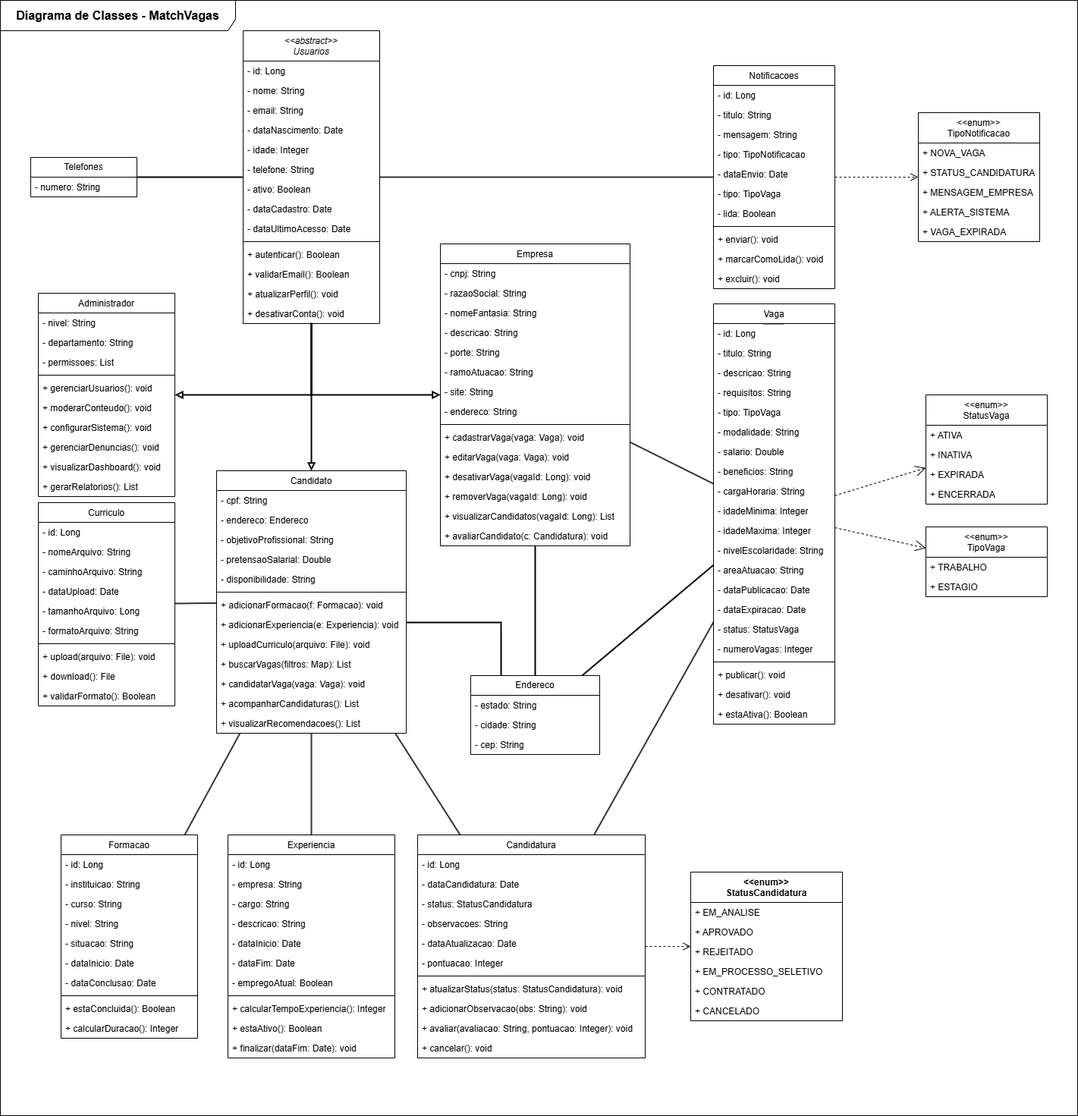
Earlier version of the draw.io export Diagramas/Diagrama de Classes/Diagrama de Classes.png (MatchVagas/Documentation). Source tidied: cells renumbered, new cells last; positions are measured from the earlier drawing's top-left corner, leaving out a move shared by most shapes.
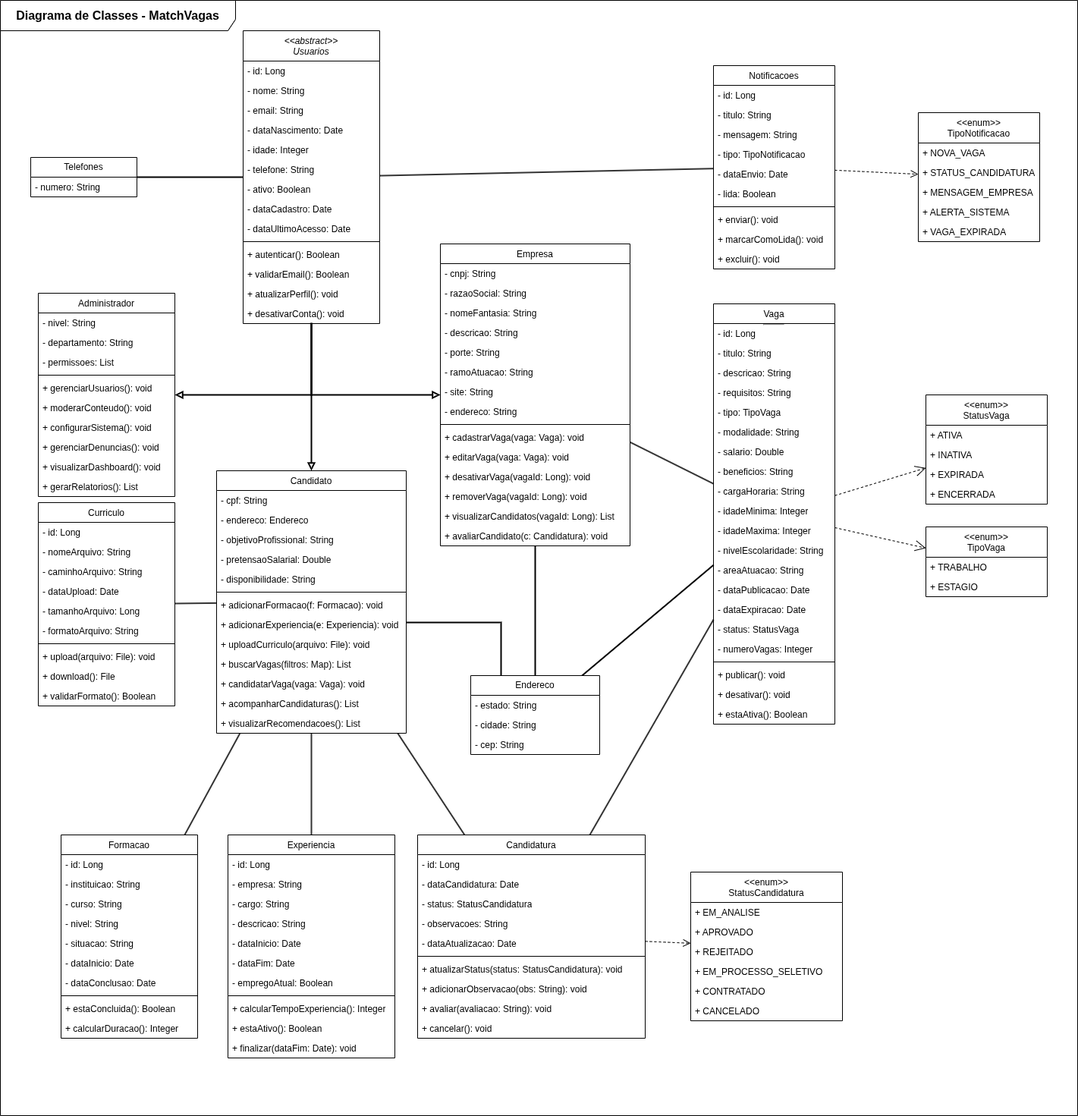
Later version of the same file.

Commit message:
Atualização dos diagramas de classes e do Modelo ER

Change to the diagram source:
```diff
@@ -32,7 +32,7 @@
     <mxCell id="11" style="edgeStyle=none;html=1;strokeColor=#000000;strokeWidth=1;endArrow=open;endFill=0;endSize=8;dashed=1;labelBackgroundColor=#ffffff;labelBorderColor=#999999;" parent="1" edge="1" source="153" target="165">
       <mxGeometry relative="1" as="geometry" />
     </mxCell>
-    <mxCell id="12" value="&lt;span style=&quot;text-align: left;&quot;&gt;Vaga&lt;/span&gt;&lt;hr style=&quot;text-align: left;&quot;&gt;&lt;br&gt;&lt;span style=&quot;text-align: left;&quot;&gt;&lt;/span&gt;" style="swimlane;fontStyle=0;align=center;verticalAlign=top;horizontal=1;startSize=26;whiteSpace=wrap;html=1;" parent="1" vertex="1">
+    <mxCell id="12" value="&lt;span style=&quot;text-align: left;&quot;&gt;&lt;font style=&quot;color: rgb(0, 0, 0);&quot;&gt;Vaga&lt;/font&gt;&lt;/span&gt;&lt;hr style=&quot;text-align: left;&quot;&gt;&lt;br&gt;&lt;span style=&quot;text-align: left;&quot;&gt;&lt;/span&gt;" style="swimlane;fontStyle=0;align=center;verticalAlign=top;horizontal=1;startSize=26;whiteSpace=wrap;html=1;" parent="1" vertex="1">
       <mxGeometry x="940" y="400" width="160" height="554" as="geometry" />
     </mxCell>
     <mxCell id="13" value="- id: Long" style="text;strokeColor=none;fillColor=none;align=left;verticalAlign=top;spacingLeft=4;spacingRight=4;overflow=hidden;whiteSpace=wrap;html=1;" parent="12" vertex="1">
@@ -98,7 +98,7 @@
     <mxCell id="33" value="+ estaAtiva(): Boolean" style="text;strokeColor=none;fillColor=none;align=left;verticalAlign=top;spacingLeft=4;spacingRight=4;overflow=hidden;whiteSpace=wrap;html=1;" parent="12" vertex="1">
       <mxGeometry y="528" width="160" height="26" as="geometry" />
     </mxCell>
-    <mxCell id="34" value="&lt;span style=&quot;font-weight: normal;&quot;&gt;&amp;lt;&amp;lt;enum&amp;gt;&amp;gt;&lt;/span&gt;&lt;div&gt;&lt;span style=&quot;font-weight: normal;&quot;&gt;StatusVaga&lt;/span&gt;&lt;/div&gt;" style="swimlane;fontStyle=1;align=center;verticalAlign=top;horizontal=1;startSize=40;whiteSpace=wrap;html=1;" parent="1" vertex="1">
+    <mxCell id="34" value="&lt;span style=&quot;font-weight: normal;&quot;&gt;&lt;font style=&quot;color: rgb(0, 0, 0);&quot;&gt;&amp;lt;&amp;lt;enum&amp;gt;&amp;gt;&lt;/font&gt;&lt;/span&gt;&lt;div&gt;&lt;span style=&quot;font-weight: normal;&quot;&gt;&lt;font style=&quot;color: rgb(0, 0, 0);&quot;&gt;StatusVaga&lt;/font&gt;&lt;/span&gt;&lt;/div&gt;" style="swimlane;fontStyle=1;align=center;verticalAlign=top;horizontal=1;startSize=40;whiteSpace=wrap;html=1;" parent="1" vertex="1">
       <mxGeometry x="1220" y="520" width="160" height="144" as="geometry" />
     </mxCell>
     <mxCell id="35" value="+ ATIVA" style="text;strokeColor=none;fillColor=none;align=left;verticalAlign=top;spacingLeft=4;spacingRight=4;overflow=hidden;whiteSpace=wrap;html=1;" parent="34" vertex="1">
@@ -116,7 +116,7 @@
     <mxCell id="39" style="endArrow=open;endSize=12;dashed=1;html=1;rounded=0;" parent="1" edge="1" source="12" target="34">
       <mxGeometry relative="1" as="geometry" />
     </mxCell>
-    <mxCell id="40" value="&amp;lt;&amp;lt;enum&amp;gt;&amp;gt;&lt;div&gt;TipoVaga&lt;/div&gt;" style="swimlane;fontStyle=0;align=center;verticalAlign=top;horizontal=1;startSize=40;whiteSpace=wrap;html=1;" parent="1" vertex="1">
+    <mxCell id="40" value="&lt;font style=&quot;color: rgb(0, 0, 0);&quot;&gt;&amp;lt;&amp;lt;enum&amp;gt;&amp;gt;&lt;/font&gt;&lt;div&gt;&lt;font style=&quot;color: rgb(0, 0, 0);&quot;&gt;TipoVaga&lt;/font&gt;&lt;/div&gt;" style="swimlane;fontStyle=0;align=center;verticalAlign=top;horizontal=1;startSize=40;whiteSpace=wrap;html=1;" parent="1" vertex="1">
       <mxGeometry x="1220" y="694" width="160" height="92" as="geometry" />
     </mxCell>
     <mxCell id="41" value="+ TRABALHO" style="text;strokeColor=none;fillColor=none;align=left;verticalAlign=top;spacingLeft=4;spacingRight=4;overflow=hidden;whiteSpace=wrap;html=1;" parent="40" vertex="1">
@@ -128,8 +128,8 @@
     <mxCell id="43" style="endArrow=open;endSize=12;dashed=1;html=1;rounded=0;" parent="1" edge="1" source="12" target="40">
       <mxGeometry relative="1" as="geometry" />
     </mxCell>
-    <mxCell id="44" value="&lt;span style=&quot;text-align: left;&quot;&gt;Candidatura&lt;/span&gt;&lt;br&gt;&lt;span style=&quot;text-align: left;&quot;&gt;&lt;/span&gt;" style="swimlane;fontStyle=0;align=center;verticalAlign=top;horizontal=1;startSize=26;whiteSpace=wrap;html=1;" parent="1" vertex="1">
-      <mxGeometry x="550" y="1100" width="300" height="294" as="geometry" />
+    <mxCell id="44" value="&lt;span style=&quot;text-align: left;&quot;&gt;&lt;font style=&quot;color: rgb(0, 0, 0);&quot;&gt;Candidatura&lt;/font&gt;&lt;/span&gt;&lt;br&gt;&lt;span style=&quot;text-align: left;&quot;&gt;&lt;/span&gt;" style="swimlane;fontStyle=0;align=center;verticalAlign=top;horizontal=1;startSize=26;whiteSpace=wrap;html=1;" parent="1" vertex="1">
+      <mxGeometry x="550" y="1100" width="300" height="268" as="geometry" />
     </mxCell>
     <mxCell id="45" value="- id: Long" style="text;strokeColor=none;fillColor=none;align=left;verticalAlign=top;spacingLeft=4;spacingRight=4;overflow=hidden;whiteSpace=wrap;html=1;" parent="44" vertex="1">
       <mxGeometry y="26" width="300" height="26" as="geometry" />
@@ -146,25 +146,22 @@
     <mxCell id="49" value="- dataAtualizacao: Date" style="text;strokeColor=none;fillColor=none;align=left;verticalAlign=top;spacingLeft=4;spacingRight=4;overflow=hidden;whiteSpace=wrap;html=1;" parent="44" vertex="1">
       <mxGeometry y="130" width="300" height="26" as="geometry" />
     </mxCell>
-    <mxCell id="50" value="- pontuacao: Integer" style="text;strokeColor=none;fillColor=none;align=left;verticalAlign=top;spacingLeft=4;spacingRight=4;overflow=hidden;whiteSpace=wrap;html=1;" parent="44" vertex="1">
-      <mxGeometry y="156" width="300" height="26" as="geometry" />
-    </mxCell>
     <mxCell id="51" style="line;strokeWidth=1;fillColor=none;align=left;verticalAlign=middle;spacingTop=-1;spacingLeft=3;spacingRight=3;labelPosition=right;strokeColor=inherit;" parent="44" vertex="1">
-      <mxGeometry y="182" width="300" height="8" as="geometry" />
+      <mxGeometry y="156" width="300" height="8" as="geometry" />
     </mxCell>
     <mxCell id="52" value="+ atualizarStatus(status: StatusCandidatura): void" style="text;strokeColor=none;fillColor=none;align=left;verticalAlign=top;spacingLeft=4;spacingRight=4;overflow=hidden;whiteSpace=wrap;html=1;" parent="44" vertex="1">
-      <mxGeometry y="190" width="300" height="26" as="geometry" />
+      <mxGeometry y="164" width="300" height="26" as="geometry" />
     </mxCell>
     <mxCell id="53" value="+ adicionarObservacao(obs: String): void" style="text;strokeColor=none;fillColor=none;align=left;verticalAlign=top;spacingLeft=4;spacingRight=4;overflow=hidden;whiteSpace=wrap;html=1;" parent="44" vertex="1">
-      <mxGeometry y="216" width="300" height="26" as="geometry" />
+      <mxGeometry y="190" width="300" height="26" as="geometry" />
     </mxCell>
-    <mxCell id="54" value="+ avaliar(avaliacao: String, pontuacao: Integer): void" style="text;strokeColor=none;fillColor=none;align=left;verticalAlign=top;spacingLeft=4;spacingRight=4;overflow=hidden;whiteSpace=wrap;html=1;" parent="44" vertex="1">
-      <mxGeometry y="242" width="300" height="26" as="geometry" />
+    <mxCell id="54" value="+ avaliar(avaliacao: String): void" style="text;strokeColor=none;fillColor=none;align=left;verticalAlign=top;spacingLeft=4;spacingRight=4;overflow=hidden;whiteSpace=wrap;html=1;" parent="44" vertex="1">
+      <mxGeometry y="216" width="300" height="26" as="geometry" />
     </mxCell>
     <mxCell id="55" value="+ cancelar(): void" style="text;strokeColor=none;fillColor=none;align=left;verticalAlign=top;spacingLeft=4;spacingRight=4;overflow=hidden;whiteSpace=wrap;html=1;" parent="44" vertex="1">
-      <mxGeometry y="268" width="300" height="26" as="geometry" />
+      <mxGeometry y="242" width="300" height="26" as="geometry" />
     </mxCell>
-    <mxCell id="56" value="&amp;lt;&amp;lt;enum&amp;gt;&amp;gt;&lt;div&gt;&lt;font style=&quot;font-weight: 400; text-align: left;&quot;&gt;&lt;/font&gt;&lt;/div&gt;&lt;div&gt;StatusCandidatura&lt;/div&gt;" style="swimlane;fontStyle=1;align=center;verticalAlign=top;horizontal=1;startSize=40;whiteSpace=wrap;html=1;" parent="1" vertex="1">
+    <mxCell id="56" value="&lt;span style=&quot;font-weight: normal;&quot;&gt;&lt;font style=&quot;color: rgb(0, 0, 0);&quot;&gt;&amp;lt;&amp;lt;enum&amp;gt;&amp;gt;&lt;/font&gt;&lt;/span&gt;&lt;div&gt;&lt;span style=&quot;font-weight: normal;&quot;&gt;&lt;font style=&quot;text-align: left; color: rgb(0, 0, 0);&quot;&gt;&lt;/font&gt;&lt;/span&gt;&lt;/div&gt;&lt;div&gt;&lt;span style=&quot;font-weight: normal;&quot;&gt;&lt;font style=&quot;color: rgb(0, 0, 0);&quot;&gt;StatusCandidatura&lt;/font&gt;&lt;/span&gt;&lt;/div&gt;" style="swimlane;fontStyle=1;align=center;verticalAlign=top;horizontal=1;startSize=40;whiteSpace=wrap;html=1;" parent="1" vertex="1">
       <mxGeometry x="910" y="1149" width="200" height="196" as="geometry" />
     </mxCell>
     <mxCell id="57" value="+ EM_ANALISE" style="text;strokeColor=none;fillColor=none;align=left;verticalAlign=top;spacingLeft=4;spacingRight=4;overflow=hidden;whiteSpace=wrap;html=1;" parent="56" vertex="1">
@@ -185,7 +182,7 @@
     <mxCell id="62" value="+ CANCELADO" style="text;strokeColor=none;fillColor=none;align=left;verticalAlign=top;spacingLeft=4;spacingRight=4;overflow=hidden;whiteSpace=wrap;html=1;" parent="56" vertex="1">
       <mxGeometry y="170" width="200" height="26" as="geometry" />
     </mxCell>
-    <mxCell id="63" value="&lt;span style=&quot;text-align: left;&quot;&gt;Experiencia&lt;/span&gt;&lt;br&gt;&lt;span style=&quot;text-align: left;&quot;&gt;&lt;/span&gt;&lt;span style=&quot;text-align: left;&quot;&gt;&lt;/span&gt;" style="swimlane;fontStyle=0;align=center;verticalAlign=top;horizontal=1;startSize=26;whiteSpace=wrap;html=1;" parent="1" vertex="1">
+    <mxCell id="63" value="&lt;span style=&quot;text-align: left;&quot;&gt;&lt;font style=&quot;color: rgb(0, 0, 0);&quot;&gt;Experiencia&lt;/font&gt;&lt;/span&gt;&lt;br&gt;&lt;span style=&quot;text-align: left;&quot;&gt;&lt;/span&gt;&lt;span style=&quot;text-align: left;&quot;&gt;&lt;/span&gt;" style="swimlane;fontStyle=0;align=center;verticalAlign=top;horizontal=1;startSize=26;whiteSpace=wrap;html=1;" parent="1" vertex="1">
       <mxGeometry x="300" y="1100" width="220" height="294" as="geometry" />
     </mxCell>
     <mxCell id="64" value="- id: Long" style="text;strokeColor=none;fillColor=none;align=left;verticalAlign=top;spacingLeft=4;spacingRight=4;overflow=hidden;whiteSpace=wrap;html=1;" parent="63" vertex="1">
@@ -221,7 +218,7 @@
     <mxCell id="74" value="+ finalizar(dataFim: Date): void" style="text;strokeColor=none;fillColor=none;align=left;verticalAlign=top;spacingLeft=4;spacingRight=4;overflow=hidden;whiteSpace=wrap;html=1;" parent="63" vertex="1">
       <mxGeometry y="268" width="220" height="26" as="geometry" />
     </mxCell>
-    <mxCell id="75" value="&lt;span style=&quot;text-align: left;&quot;&gt;Formacao&lt;/span&gt;&lt;br&gt;&lt;span style=&quot;text-align: left;&quot;&gt;&lt;/span&gt;&lt;span style=&quot;text-align: left;&quot;&gt;&lt;/span&gt;&lt;span style=&quot;text-align: left;&quot;&gt;&lt;/span&gt;" style="swimlane;fontStyle=0;align=center;verticalAlign=top;horizontal=1;startSize=26;whiteSpace=wrap;html=1;" parent="1" vertex="1">
+    <mxCell id="75" value="&lt;span style=&quot;text-align: left;&quot;&gt;&lt;font style=&quot;color: rgb(0, 0, 0);&quot;&gt;Formacao&lt;/font&gt;&lt;/span&gt;&lt;br&gt;&lt;span style=&quot;text-align: left;&quot;&gt;&lt;/span&gt;&lt;span style=&quot;text-align: left;&quot;&gt;&lt;/span&gt;&lt;span style=&quot;text-align: left;&quot;&gt;&lt;/span&gt;" style="swimlane;fontStyle=0;align=center;verticalAlign=top;horizontal=1;startSize=26;whiteSpace=wrap;html=1;" parent="1" vertex="1">
       <mxGeometry x="80" y="1100" width="180" height="268" as="geometry" />
     </mxCell>
     <mxCell id="76" value="- id: Long" style="text;strokeColor=none;fillColor=none;align=left;verticalAlign=top;spacingLeft=4;spacingRight=4;overflow=hidden;whiteSpace=wrap;html=1;" parent="75" vertex="1">
@@ -329,7 +326,7 @@
     <mxCell id="110" value="+ validarFormato(): Boolean" style="text;strokeColor=none;fillColor=none;align=left;verticalAlign=top;spacingLeft=4;spacingRight=4;overflow=hidden;whiteSpace=wrap;html=1;" parent="100" vertex="1">
       <mxGeometry y="242" width="180" height="26" as="geometry" />
     </mxCell>
-    <mxCell id="111" value="&lt;span style=&quot;text-align: left;&quot;&gt;Administrador&lt;/span&gt;" style="swimlane;fontStyle=0;align=center;verticalAlign=top;horizontal=1;startSize=26;whiteSpace=wrap;html=1;" parent="1" vertex="1">
+    <mxCell id="111" value="&lt;span style=&quot;text-align: left;&quot;&gt;&lt;font style=&quot;color: rgb(0, 0, 0);&quot;&gt;Administrador&lt;/font&gt;&lt;/span&gt;" style="swimlane;fontStyle=0;align=center;verticalAlign=top;horizontal=1;startSize=26;whiteSpace=wrap;html=1;" parent="1" vertex="1">
       <mxGeometry x="50" y="386" width="180" height="268" as="geometry" />
     </mxCell>
     <mxCell id="112" value="- nivel: String" style="text;strokeColor=none;fillColor=none;align=left;verticalAlign=top;spacingLeft=4;spacingRight=4;overflow=hidden;whiteSpace=wrap;html=1;" parent="111" vertex="1">
@@ -455,8 +452,8 @@
     <mxCell id="152" value="+ avaliarCandidato(c: Candidatura): void" style="text;strokeColor=none;fillColor=none;align=left;verticalAlign=top;spacingLeft=4;spacingRight=4;overflow=hidden;whiteSpace=wrap;html=1;" parent="137" vertex="1">
       <mxGeometry y="372" width="250" height="26" as="geometry" />
     </mxCell>
-    <mxCell id="153" value="&lt;span style=&quot;text-align: left; font-weight: normal;&quot;&gt;Notificacoes&lt;/span&gt;&lt;span style=&quot;font-weight: 400; text-align: left;&quot;&gt;&lt;/span&gt;" style="swimlane;fontStyle=1;align=center;verticalAlign=top;horizontal=1;startSize=26;whiteSpace=wrap;html=1;" parent="1" vertex="1">
-      <mxGeometry x="940" y="86" width="160" height="294" as="geometry" />
+    <mxCell id="153" value="&lt;span style=&quot;text-align: left; font-weight: normal;&quot;&gt;&lt;font style=&quot;color: rgb(0, 0, 0);&quot;&gt;Notificacoes&lt;/font&gt;&lt;/span&gt;&lt;span style=&quot;font-weight: 400; text-align: left;&quot;&gt;&lt;/span&gt;" style="swimlane;fontStyle=1;align=center;verticalAlign=top;horizontal=1;startSize=26;whiteSpace=wrap;html=1;" parent="1" vertex="1">
+      <mxGeometry x="940" y="86" width="160" height="268" as="geometry" />
     </mxCell>
     <mxCell id="154" value="- id: Long" style="text;strokeColor=none;fillColor=none;align=left;verticalAlign=top;spacingLeft=4;spacingRight=4;overflow=hidden;whiteSpace=wrap;html=1;" parent="153" vertex="1">
       <mxGeometry y="26" width="160" height="26" as="geometry" />
@@ -473,25 +470,22 @@
     <mxCell id="158" value="- dataEnvio: Date" style="text;strokeColor=none;fillColor=none;align=left;verticalAlign=top;spacingLeft=4;spacingRight=4;overflow=hidden;whiteSpace=wrap;html=1;" parent="153" vertex="1">
       <mxGeometry y="130" width="160" height="26" as="geometry" />
     </mxCell>
-    <mxCell id="159" value="- tipo: TipoVaga" style="text;strokeColor=none;fillColor=none;align=left;verticalAlign=top;spacingLeft=4;spacingRight=4;overflow=hidden;whiteSpace=wrap;html=1;" parent="153" vertex="1">
-      <mxGeometry y="156" width="160" height="26" as="geometry" />
-    </mxCell>
     <mxCell id="160" value="- lida: Boolean" style="text;strokeColor=none;fillColor=none;align=left;verticalAlign=top;spacingLeft=4;spacingRight=4;overflow=hidden;whiteSpace=wrap;html=1;" parent="153" vertex="1">
-      <mxGeometry y="182" width="160" height="26" as="geometry" />
+      <mxGeometry y="156" width="160" height="26" as="geometry" />
     </mxCell>
     <mxCell id="161" style="line;strokeWidth=1;fillColor=none;align=left;verticalAlign=middle;spacingTop=-1;spacingLeft=3;spacingRight=3;labelPosition=right;strokeColor=inherit;" parent="153" vertex="1">
-      <mxGeometry y="208" width="160" height="8" as="geometry" />
+      <mxGeometry y="182" width="160" height="8" as="geometry" />
     </mxCell>
     <mxCell id="162" value="+ enviar(): void" style="text;strokeColor=none;fillColor=none;align=left;verticalAlign=top;spacingLeft=4;spacingRight=4;overflow=hidden;whiteSpace=wrap;html=1;" parent="153" vertex="1">
-      <mxGeometry y="216" width="160" height="26" as="geometry" />
+      <mxGeometry y="190" width="160" height="26" as="geometry" />
     </mxCell>
     <mxCell id="163" value="+ marcarComoLida(): void" style="text;strokeColor=none;fillColor=none;align=left;verticalAlign=top;spacingLeft=4;spacingRight=4;overflow=hidden;whiteSpace=wrap;html=1;" parent="153" vertex="1">
-      <mxGeometry y="242" width="160" height="26" as="geometry" />
+      <mxGeometry y="216" width="160" height="26" as="geometry" />
     </mxCell>
     <mxCell id="164" value="+ excluir(): void" style="text;strokeColor=none;fillColor=none;align=left;verticalAlign=top;spacingLeft=4;spacingRight=4;overflow=hidden;whiteSpace=wrap;html=1;" parent="153" vertex="1">
-      <mxGeometry y="268" width="160" height="26" as="geometry" />
+      <mxGeometry y="242" width="160" height="26" as="geometry" />
     </mxCell>
-    <mxCell id="165" value="&lt;span style=&quot;font-weight: normal;&quot;&gt;&amp;lt;&amp;lt;enum&amp;gt;&amp;gt;&lt;/span&gt;&lt;div&gt;&lt;span style=&quot;font-weight: normal;&quot;&gt;TipoNotificacao&lt;/span&gt;&lt;/div&gt;" style="swimlane;fontStyle=1;align=center;verticalAlign=top;horizontal=1;startSize=40;whiteSpace=wrap;html=1;" parent="1" vertex="1">
+    <mxCell id="165" value="&lt;span style=&quot;font-weight: normal;&quot;&gt;&lt;font style=&quot;color: rgb(0, 0, 0);&quot;&gt;&amp;lt;&amp;lt;enum&amp;gt;&amp;gt;&lt;/font&gt;&lt;/span&gt;&lt;div&gt;&lt;span style=&quot;font-weight: normal;&quot;&gt;&lt;font style=&quot;color: rgb(0, 0, 0);&quot;&gt;TipoNotificacao&lt;/font&gt;&lt;/span&gt;&lt;/div&gt;" style="swimlane;fontStyle=1;align=center;verticalAlign=top;horizontal=1;startSize=40;whiteSpace=wrap;html=1;" parent="1" vertex="1">
       <mxGeometry x="1210" y="148" width="160" height="170" as="geometry" />
     </mxCell>
     <mxCell id="166" value="+ NOVA_VAGA" style="text;strokeColor=none;fillColor=none;align=left;verticalAlign=top;spacingLeft=4;spacingRight=4;overflow=hidden;whiteSpace=wrap;html=1;" parent="165" vertex="1">
```
